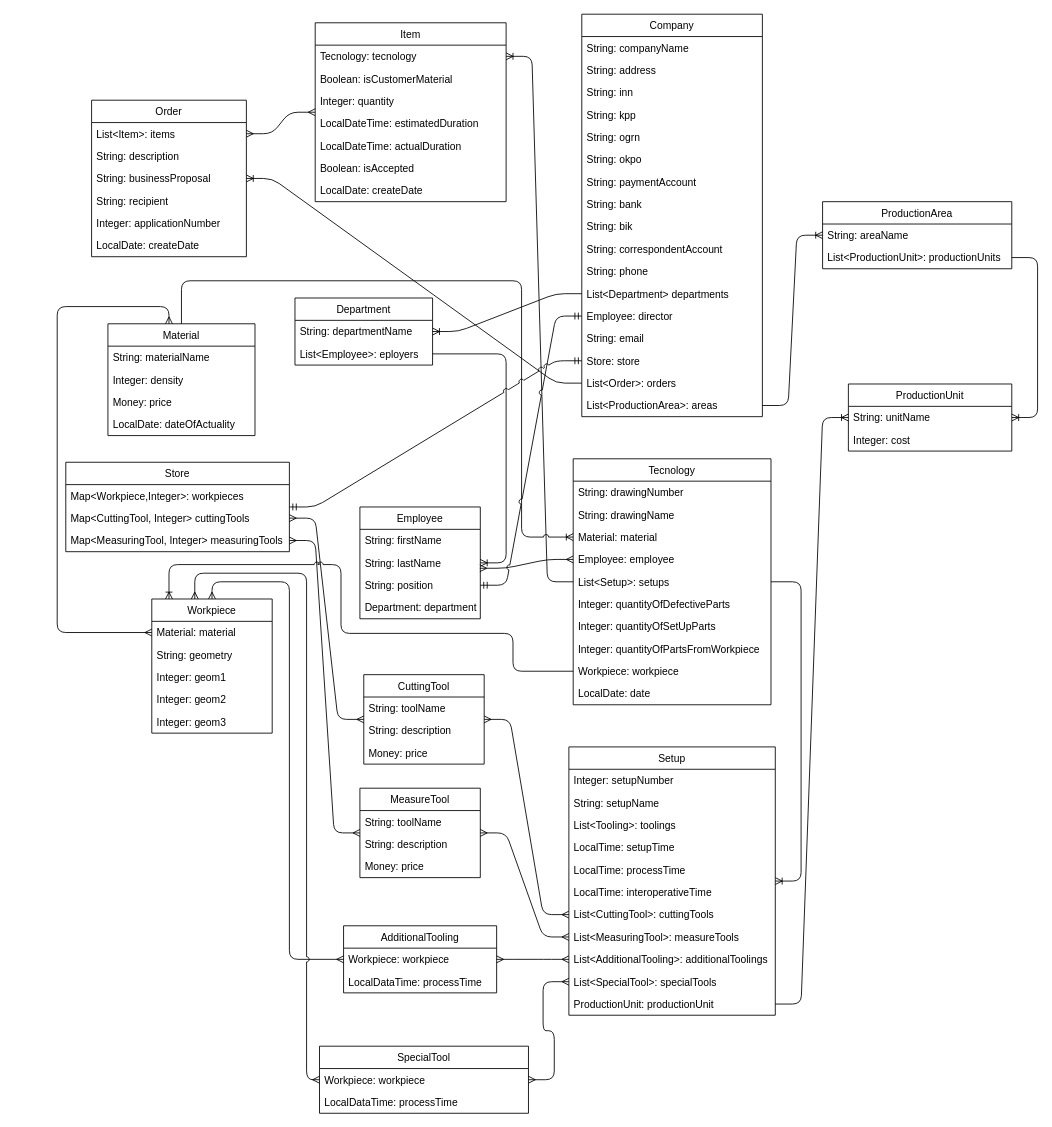
The draw.io diagram erp.drawio in Shaman58/sfsb, before the edit. Source tidied: cells renumbered, new cells numbered last; positions are measured from the earlier drawing's top-left corner, leaving out a move shared by most shapes. Both pictures are drawn from the tidied source at 86%, with x=0, y=0 at pixel (57, 14).
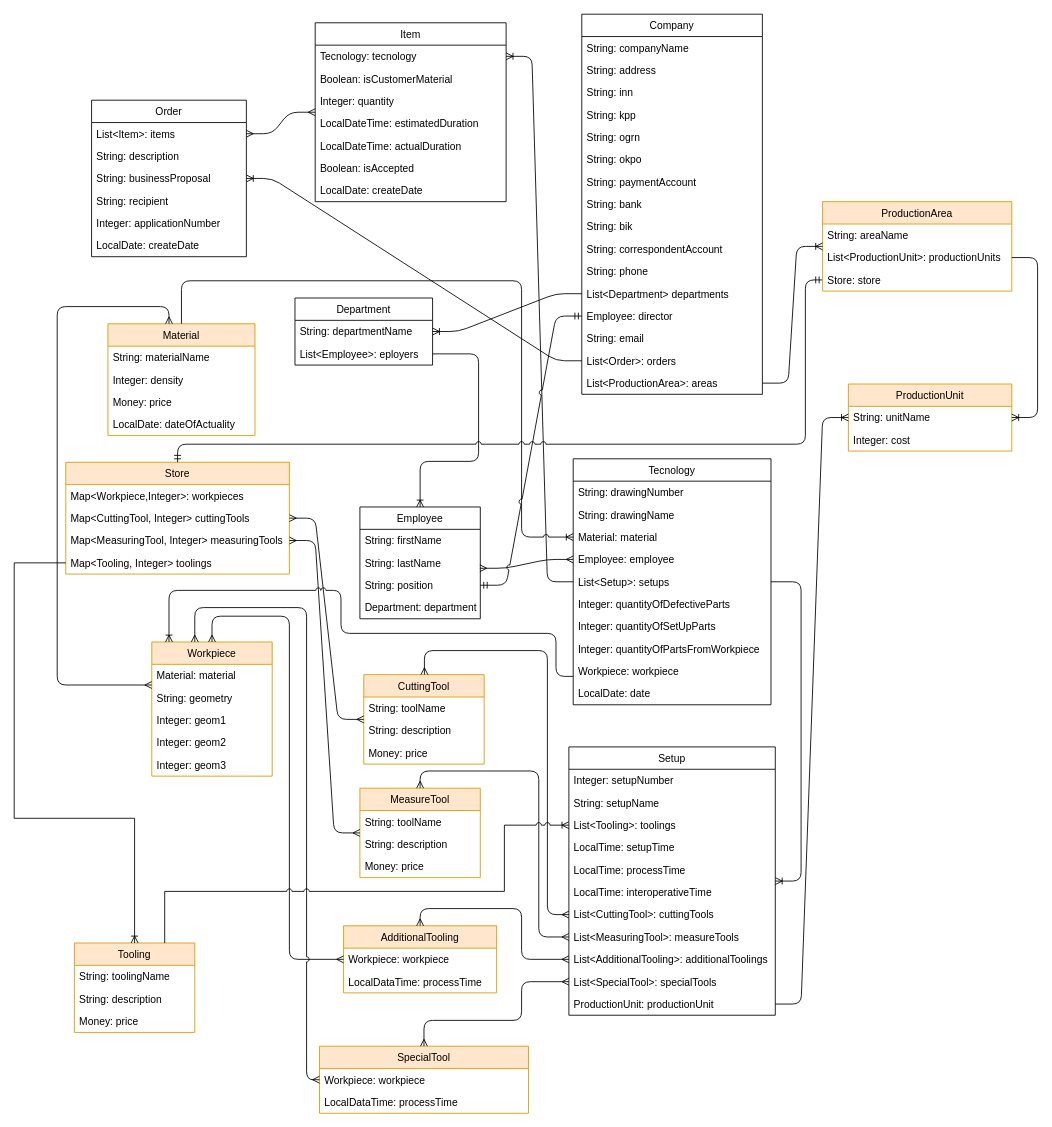
The same page after the edit.

The change refers to these unchanged cells:
```xml
<mxCell id="27" value="Workpiece: workpiece" style="text;strokeColor=none;fillColor=none;align=left;verticalAlign=top;spacingLeft=4;spacingRight=4;overflow=hidden;points=[[0,0.5],[1,0.5]];portConstraint=eastwest;" parent="18" vertex="1">
  <mxGeometry y="234" width="230" height="26" as="geometry" />
</mxCell>
<mxCell id="36" value="Employee" style="swimlane;fontStyle=0;horizontal=1;startSize=26;fillColor=none;fontSize=12;fontColor=#000000;" parent="1" vertex="1">
  <mxGeometry x="352" y="573" width="140" height="130" as="geometry" />
</mxCell>
<mxCell id="44" value="List&lt;Employee&gt;: eployers" style="text;strokeColor=none;fillColor=none;align=left;verticalAlign=top;spacingLeft=4;spacingRight=4;overflow=hidden;points=[[0,0.5],[1,0.5]];portConstraint=eastwest;" parent="42" vertex="1">
  <mxGeometry y="52" width="160" height="26" as="geometry" />
</mxCell>
<mxCell id="84" value="Material: material" style="text;strokeColor=none;fillColor=none;align=left;verticalAlign=top;spacingLeft=4;spacingRight=4;overflow=hidden;points=[[0,0.5],[1,0.5]];portConstraint=eastwest;" parent="83" vertex="1">
  <mxGeometry y="26" width="140" height="26" as="geometry" />
</mxCell>
<mxCell id="93" value="List&lt;Tooling&gt;: toolings" style="text;strokeColor=none;fillColor=none;align=left;verticalAlign=top;spacingLeft=4;spacingRight=4;overflow=hidden;points=[[0,0.5],[1,0.5]];portConstraint=eastwest;" parent="90" vertex="1">
  <mxGeometry y="78" width="240" height="26" as="geometry" />
</mxCell>
<mxCell id="97" value="List&lt;CuttingTool&gt;: cuttingTools" style="text;strokeColor=none;fillColor=none;align=left;verticalAlign=top;spacingLeft=4;spacingRight=4;overflow=hidden;points=[[0,0.5],[1,0.5]];portConstraint=eastwest;" parent="90" vertex="1">
  <mxGeometry y="182" width="240" height="26" as="geometry" />
</mxCell>
<mxCell id="98" value="List&lt;MeasuringTool&gt;: measureTools" style="text;strokeColor=none;fillColor=none;align=left;verticalAlign=top;spacingLeft=4;spacingRight=4;overflow=hidden;points=[[0,0.5],[1,0.5]];portConstraint=eastwest;" parent="90" vertex="1">
  <mxGeometry y="208" width="240" height="26" as="geometry" />
</mxCell>
<mxCell id="99" value="List&lt;AdditionalTooling&gt;: additionalToolings" style="text;strokeColor=none;fillColor=none;align=left;verticalAlign=top;spacingLeft=4;spacingRight=4;overflow=hidden;points=[[0,0.5],[1,0.5]];portConstraint=eastwest;" parent="90" vertex="1">
  <mxGeometry y="234" width="240" height="26" as="geometry" />
</mxCell>
<mxCell id="100" value="List&lt;SpecialTool&gt;: specialTools" style="text;strokeColor=none;fillColor=none;align=left;verticalAlign=top;spacingLeft=4;spacingRight=4;overflow=hidden;points=[[0,0.5],[1,0.5]];portConstraint=eastwest;" parent="90" vertex="1">
  <mxGeometry y="260" width="240" height="26" as="geometry" />
</mxCell>
<mxCell id="105" value="Workpiece: workpiece" style="text;strokeColor=none;fillColor=none;align=left;verticalAlign=top;spacingLeft=4;spacingRight=4;overflow=hidden;points=[[0,0.5],[1,0.5]];portConstraint=eastwest;" parent="104" vertex="1">
  <mxGeometry y="26" width="178" height="26" as="geometry" />
</mxCell>
<mxCell id="109" value="Workpiece: workpiece" style="text;strokeColor=none;fillColor=none;align=left;verticalAlign=top;spacingLeft=4;spacingRight=4;overflow=hidden;points=[[0,0.5],[1,0.5]];portConstraint=eastwest;" parent="108" vertex="1">
  <mxGeometry y="26" width="243" height="26" as="geometry" />
</mxCell>
```

Diff of the diagram source:
```diff
@@
-    <mxCell id="30" value="Material" style="swimlane;fontStyle=0;horizontal=1;startSize=26;fillColor=none;fontSize=12;fontColor=#000000;" parent="1" vertex="1">
+    <mxCell id="30" value="Material" style="swimlane;fontStyle=0;horizontal=1;startSize=26;fillColor=#ffe6cc;fontSize=12;strokeColor=#d79b00;" parent="1" vertex="1">
       <mxGeometry x="59" y="360" width="171" height="130" as="geometry" />
     </mxCell>
@@
-    <mxCell id="45" style="edgeStyle=entityRelationEdgeStyle;fontSize=12;html=1;endArrow=ERoneToMany;rounded=1;" parent="1" edge="1" source="44" target="36">
-      <mxGeometry relative="1" as="geometry" />
+    <mxCell id="45" style="edgeStyle=orthogonalEdgeStyle;fontSize=12;html=1;endArrow=ERoneToMany;rounded=1;entryX=0.5;entryY=0;entryDx=0;entryDy=0;" parent="1" edge="1" source="44" target="36">
+      <mxGeometry relative="1" as="geometry">
+        <Array as="points">
+          <mxPoint x="490" y="395" />
+          <mxPoint x="490" y="520" />
+          <mxPoint x="422" y="520" />
+        </Array>
+      </mxGeometry>
     </mxCell>
     <mxCell id="46" value="Company" style="swimlane;fontStyle=0;horizontal=1;startSize=26;fillColor=none;fontSize=12;fontColor=#000000;" parent="1" vertex="1">
-      <mxGeometry x="610" width="210" height="468" as="geometry" />
+      <mxGeometry x="610" width="210" height="442" as="geometry" />
     </mxCell>
@@
-    <mxCell id="61" value="Store: store" style="text;strokeColor=none;fillColor=none;align=left;verticalAlign=top;spacingLeft=4;spacingRight=4;overflow=hidden;points=[[0,0.5],[1,0.5]];portConstraint=eastwest;" parent="46" vertex="1">
-      <mxGeometry y="390" width="210" height="26" as="geometry" />
-    </mxCell>
     <mxCell id="62" value="List&lt;Order&gt;: orders" style="text;strokeColor=none;fillColor=none;align=left;verticalAlign=top;spacingLeft=4;spacingRight=4;overflow=hidden;points=[[0,0.5],[1,0.5]];portConstraint=eastwest;" parent="46" vertex="1">
-      <mxGeometry y="416" width="210" height="26" as="geometry" />
+      <mxGeometry y="390" width="210" height="26" as="geometry" />
     </mxCell>
     <mxCell id="63" value="List&lt;ProductionArea&gt;: areas" style="text;strokeColor=none;fillColor=none;align=left;verticalAlign=top;spacingLeft=4;spacingRight=4;overflow=hidden;points=[[0,0.5],[1,0.5]];portConstraint=eastwest;" parent="46" vertex="1">
-      <mxGeometry y="442" width="210" height="26" as="geometry" />
+      <mxGeometry y="416" width="210" height="26" as="geometry" />
     </mxCell>
@@
-    <mxCell id="66" value="CuttingTool" style="swimlane;fontStyle=0;horizontal=1;startSize=26;fillColor=none;fontSize=12;fontColor=#000000;" parent="1" vertex="1">
+    <mxCell id="66" value="CuttingTool" style="swimlane;fontStyle=0;horizontal=1;startSize=26;fillColor=#ffe6cc;fontSize=12;strokeColor=#d79b00;" parent="1" vertex="1">
       <mxGeometry x="356.5" y="768" width="140" height="104" as="geometry" />
     </mxCell>
@@
-    <mxCell id="70" style="edgeStyle=entityRelationEdgeStyle;fontSize=12;html=1;endArrow=ERmany;startArrow=ERmany;strokeColor=#000000;rounded=1;jumpStyle=arc;comic=0;shadow=0;noJump=0;" parent="1" edge="1" source="97" target="66">
-      <mxGeometry relative="1" as="geometry" />
+    <mxCell id="70" style="edgeStyle=orthogonalEdgeStyle;fontSize=12;html=1;endArrow=ERmany;startArrow=ERmany;strokeColor=#000000;rounded=1;jumpStyle=arc;comic=0;shadow=0;noJump=0;" parent="1" edge="1" source="97" target="66">
+      <mxGeometry relative="1" as="geometry">
+        <Array as="points">
+          <mxPoint x="570" y="1047" />
+          <mxPoint x="570" y="740" />
+          <mxPoint x="427" y="740" />
+        </Array>
+      </mxGeometry>
     </mxCell>
-    <mxCell id="71" value="MeasureTool" style="swimlane;fontStyle=0;horizontal=1;startSize=26;fillColor=none;fontSize=12;fontColor=#000000;" parent="1" vertex="1">
+    <mxCell id="71" value="MeasureTool" style="swimlane;fontStyle=0;horizontal=1;startSize=26;fillColor=#ffe6cc;fontSize=12;strokeColor=#d79b00;" parent="1" vertex="1">
       <mxGeometry x="352" y="900" width="140" height="104" as="geometry" />
     </mxCell>
@@
-    <mxCell id="75" style="edgeStyle=entityRelationEdgeStyle;fontSize=12;html=1;endArrow=ERmany;startArrow=ERmany;shadow=0;strokeColor=#000000;" parent="1" edge="1" source="98" target="71">
-      <mxGeometry relative="1" as="geometry" />
+    <mxCell id="75" style="edgeStyle=orthogonalEdgeStyle;fontSize=12;html=1;endArrow=ERmany;startArrow=ERmany;shadow=0;strokeColor=#000000;" parent="1" edge="1" source="98" target="71">
+      <mxGeometry relative="1" as="geometry">
+        <Array as="points">
+          <mxPoint x="560" y="1073" />
+          <mxPoint x="560" y="880" />
+          <mxPoint x="422" y="880" />
+        </Array>
+      </mxGeometry>
     </mxCell>
-    <mxCell id="76" value="Store" style="swimlane;fontStyle=0;horizontal=1;startSize=26;fillColor=none;fontSize=12;fontColor=#000000;" parent="1" vertex="1">
-      <mxGeometry x="10" y="521" width="260" height="104" as="geometry" />
+    <mxCell id="76" value="Store" style="swimlane;fontStyle=0;horizontal=1;startSize=26;fillColor=#ffe6cc;fontSize=12;strokeColor=#d79b00;" parent="1" vertex="1">
+      <mxGeometry x="10" y="521" width="260" height="130" as="geometry" />
     </mxCell>
@@
+    <mxCell id="124" value="Map&lt;Tooling, Integer&gt; toolings" style="text;strokeColor=none;fillColor=none;align=left;verticalAlign=top;spacingLeft=4;spacingRight=4;overflow=hidden;points=[[0,0.5],[1,0.5]];portConstraint=eastwest;" parent="76" vertex="1">
+      <mxGeometry y="104" width="260" height="26" as="geometry" />
+    </mxCell>
@@
-    <mxCell id="82" style="edgeStyle=entityRelationEdgeStyle;fontSize=12;html=1;endArrow=ERmandOne;startArrow=ERmandOne;shadow=0;strokeColor=#000000;jumpStyle=arc;" parent="1" edge="1" source="61" target="76">
-      <mxGeometry relative="1" as="geometry" />
+    <mxCell id="82" style="edgeStyle=orthogonalEdgeStyle;fontSize=12;html=1;endArrow=ERmandOne;startArrow=ERmandOne;shadow=0;strokeColor=#000000;jumpStyle=arc;exitX=0;exitY=0.5;exitDx=0;exitDy=0;" parent="1" edge="1" source="61" target="76">
+      <mxGeometry relative="1" as="geometry">
+        <Array as="points">
+          <mxPoint x="870" y="309" />
+          <mxPoint x="870" y="500" />
+          <mxPoint x="140" y="500" />
+        </Array>
+      </mxGeometry>
     </mxCell>
-    <mxCell id="83" value="Workpiece" style="swimlane;fontStyle=0;horizontal=1;startSize=26;fillColor=none;fontSize=12;fontColor=#000000;" parent="1" vertex="1">
-      <mxGeometry x="110" y="680" width="140" height="156" as="geometry" />
+    <mxCell id="83" value="Workpiece" style="swimlane;fontStyle=0;horizontal=1;startSize=26;fillColor=#ffe6cc;fontSize=12;strokeColor=#d79b00;" parent="1" vertex="1">
+      <mxGeometry x="110" y="730" width="140" height="156" as="geometry" />
     </mxCell>
@@
     <mxCell id="89" style="edgeStyle=orthogonalEdgeStyle;fontSize=12;html=1;endArrow=ERmany;startArrow=ERmany;shadow=0;strokeColor=#000000;jumpStyle=arc;" parent="1" edge="1" source="84" target="30">
       <mxGeometry relative="1" as="geometry">
         <Array as="points">
-          <mxPoint y="719" />
+          <mxPoint y="780" />
           <mxPoint y="340" />
           <mxPoint x="130" y="340" />
         </Array>
       </mxGeometry>
     </mxCell>
@@
     <mxCell id="102" style="edgeStyle=orthogonalEdgeStyle;fontSize=12;html=1;endArrow=ERoneToMany;shadow=0;strokeColor=#000000;jumpStyle=arc;" parent="1" edge="1" source="27" target="83">
       <mxGeometry relative="1" as="geometry">
         <Array as="points">
-          <mxPoint x="530" y="764" />
-          <mxPoint x="530" y="720" />
+          <mxPoint x="580" y="770" />
+          <mxPoint x="580" y="720" />
           <mxPoint x="330" y="720" />
-          <mxPoint x="330" y="640" />
-          <mxPoint x="130" y="640" />
+          <mxPoint x="330" y="670" />
+          <mxPoint x="130" y="670" />
         </Array>
       </mxGeometry>
     </mxCell>
@@
-    <mxCell id="104" value="AdditionalTooling" style="swimlane;fontStyle=0;horizontal=1;startSize=26;fillColor=none;fontSize=12;fontColor=#000000;" parent="1" vertex="1">
+    <mxCell id="104" value="AdditionalTooling" style="swimlane;fontStyle=0;horizontal=1;startSize=26;fillColor=#ffe6cc;fontSize=12;strokeColor=#d79b00;" parent="1" vertex="1">
       <mxGeometry x="333" y="1060" width="178" height="78" as="geometry" />
     </mxCell>
@@
     <mxCell id="107" style="edgeStyle=orthogonalEdgeStyle;fontSize=12;html=1;endArrow=ERmany;startArrow=ERmany;shadow=0;strokeColor=#000000;jumpStyle=arc;" parent="1" edge="1" source="83" target="105">
       <mxGeometry relative="1" as="geometry">
         <Array as="points">
-          <mxPoint x="180" y="660" />
-          <mxPoint x="270" y="660" />
+          <mxPoint x="180" y="700" />
+          <mxPoint x="270" y="700" />
           <mxPoint x="270" y="1099" />
         </Array>
       </mxGeometry>
     </mxCell>
-    <mxCell id="108" value="SpecialTool" style="swimlane;fontStyle=0;horizontal=1;startSize=26;fillColor=none;fontSize=12;fontColor=#000000;" parent="1" vertex="1">
+    <mxCell id="108" value="SpecialTool" style="swimlane;fontStyle=0;horizontal=1;startSize=26;fillColor=#ffe6cc;fontSize=12;strokeColor=#d79b00;" parent="1" vertex="1">
       <mxGeometry x="305" y="1200" width="243" height="78" as="geometry" />
     </mxCell>
@@
     <mxCell id="111" style="edgeStyle=orthogonalEdgeStyle;fontSize=12;html=1;endArrow=ERmany;startArrow=ERmany;shadow=0;strokeColor=#000000;entryX=0;entryY=0.5;entryDx=0;entryDy=0;jumpStyle=arc;" parent="1" edge="1" source="83" target="109">
       <mxGeometry relative="1" as="geometry">
         <Array as="points">
-          <mxPoint x="160" y="650" />
-          <mxPoint x="290" y="650" />
+          <mxPoint x="160" y="690" />
+          <mxPoint x="290" y="690" />
           <mxPoint x="290" y="1239" />
         </Array>
       </mxGeometry>
     </mxCell>
-    <mxCell id="112" style="edgeStyle=entityRelationEdgeStyle;fontSize=12;html=1;endArrow=ERmany;startArrow=ERmany;shadow=0;strokeColor=#000000;" parent="1" edge="1" source="104" target="99">
-      <mxGeometry relative="1" as="geometry" />
+    <mxCell id="112" style="edgeStyle=orthogonalEdgeStyle;fontSize=12;html=1;endArrow=ERmany;startArrow=ERmany;shadow=0;strokeColor=#000000;" parent="1" edge="1" source="104" target="99">
+      <mxGeometry relative="1" as="geometry">
+        <Array as="points">
+          <mxPoint x="422" y="1040" />
+          <mxPoint x="540" y="1040" />
+          <mxPoint x="540" y="1099" />
+        </Array>
+      </mxGeometry>
     </mxCell>
-    <mxCell id="113" style="edgeStyle=entityRelationEdgeStyle;fontSize=12;html=1;endArrow=ERmany;startArrow=ERmany;shadow=0;strokeColor=#000000;" parent="1" edge="1" source="108" target="100">
-      <mxGeometry relative="1" as="geometry" />
+    <mxCell id="113" style="edgeStyle=orthogonalEdgeStyle;fontSize=12;html=1;endArrow=ERmany;startArrow=ERmany;shadow=0;strokeColor=#000000;" parent="1" edge="1" source="108" target="100">
+      <mxGeometry relative="1" as="geometry">
+        <Array as="points">
+          <mxPoint x="427" y="1170" />
+          <mxPoint x="540" y="1170" />
+          <mxPoint x="540" y="1125" />
+        </Array>
+      </mxGeometry>
     </mxCell>
@@
-    <mxCell id="115" value="ProductionArea" style="swimlane;fontStyle=0;horizontal=1;startSize=26;fillColor=none;fontSize=12;fontColor=#000000;" parent="1" vertex="1">
-      <mxGeometry x="890" y="218" width="220" height="78" as="geometry" />
+    <mxCell id="115" value="ProductionArea" style="swimlane;fontStyle=0;horizontal=1;startSize=26;fillColor=#ffe6cc;fontSize=12;strokeColor=#d79b00;" parent="1" vertex="1">
+      <mxGeometry x="890" y="218" width="220" height="104" as="geometry" />
     </mxCell>
@@
+    <mxCell id="61" value="Store: store" style="text;strokeColor=none;fillColor=none;align=left;verticalAlign=top;spacingLeft=4;spacingRight=4;overflow=hidden;points=[[0,0.5],[1,0.5]];portConstraint=eastwest;" parent="115" vertex="1">
+      <mxGeometry y="78" width="220" height="26" as="geometry" />
+    </mxCell>
@@
-    <mxCell id="119" value="ProductionUnit" style="swimlane;fontStyle=0;horizontal=1;startSize=26;fillColor=none;fontSize=12;fontColor=#000000;" parent="1" vertex="1">
+    <mxCell id="119" value="ProductionUnit" style="swimlane;fontStyle=0;horizontal=1;startSize=26;fillColor=#ffe6cc;fontSize=12;strokeColor=#d79b00;" parent="1" vertex="1">
       <mxGeometry x="920" y="430" width="190" height="78" as="geometry" />
     </mxCell>
@@
+    <mxCell id="125" value="Tooling" style="swimlane;fontStyle=0;horizontal=1;startSize=26;fillColor=#ffe6cc;fontSize=12;strokeColor=#d79b00;" parent="1" vertex="1">
+      <mxGeometry x="20" y="1080" width="140" height="104" as="geometry" />
+    </mxCell>
+    <mxCell id="126" value="String: toolingName" style="text;strokeColor=none;fillColor=none;align=left;verticalAlign=top;spacingLeft=4;spacingRight=4;overflow=hidden;" parent="125" vertex="1">
+      <mxGeometry y="26" width="140" height="26" as="geometry" />
+    </mxCell>
+    <mxCell id="127" value="String: description" style="text;strokeColor=none;fillColor=none;align=left;verticalAlign=top;spacingLeft=4;spacingRight=4;overflow=hidden;" parent="125" vertex="1">
+      <mxGeometry y="52" width="140" height="26" as="geometry" />
+    </mxCell>
+    <mxCell id="128" value="Money: price" style="text;strokeColor=none;fillColor=none;align=left;verticalAlign=top;spacingLeft=4;spacingRight=4;overflow=hidden;" parent="125" vertex="1">
+      <mxGeometry y="78" width="140" height="26" as="geometry" />
+    </mxCell>
+    <mxCell id="129" style="edgeStyle=orthogonalEdgeStyle;fontSize=12;html=1;endArrow=ERoneToMany;rounded=0;entryX=0.5;entryY=0;entryDx=0;entryDy=0;exitX=0;exitY=0.5;exitDx=0;exitDy=0;" parent="1" edge="1" source="124" target="125">
+      <mxGeometry relative="1" as="geometry">
+        <Array as="points">
+          <mxPoint x="-50" y="638" />
+          <mxPoint x="-50" y="935" />
+          <mxPoint x="90" y="935" />
+        </Array>
+      </mxGeometry>
+    </mxCell>
+    <mxCell id="130" style="edgeStyle=orthogonalEdgeStyle;fontSize=12;html=1;endArrow=ERoneToMany;rounded=0;exitX=0.75;exitY=0;exitDx=0;exitDy=0;jumpStyle=arc;" parent="1" edge="1" source="125" target="93">
+      <mxGeometry relative="1" as="geometry">
+        <Array as="points">
+          <mxPoint x="125" y="1020" />
+          <mxPoint x="520" y="1020" />
+          <mxPoint x="520" y="943" />
+        </Array>
+      </mxGeometry>
+    </mxCell>
```
